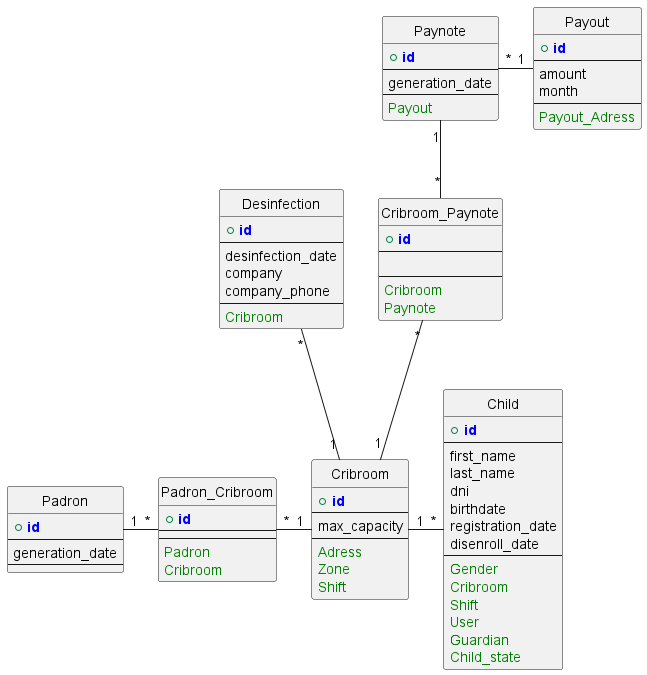
The PlantUML diagram database/diagrams/diagramUpdated.png in santiago6124/SalasCuna, before a commit.
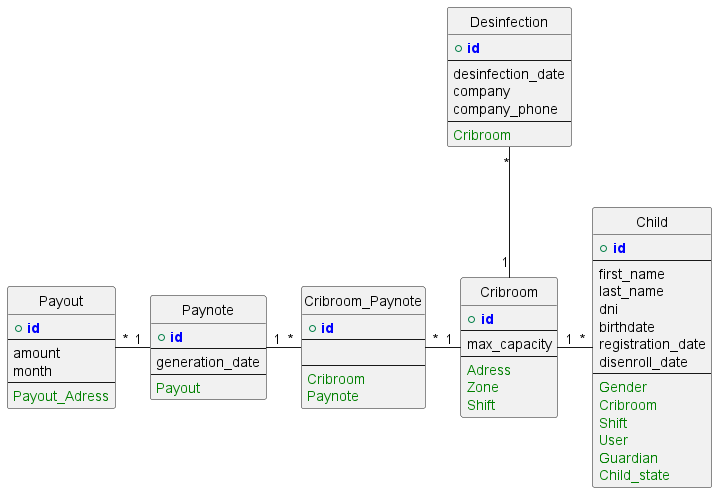
Above is the later version.

Commit message:
Padron removed. It will be replaced by methods.

What changed in the source:
```diff
@@ -8,12 +8,6 @@
 
 
 
-entity Padron {
-    + PRIMARY_KEY(id)
-    --
-    generation_date
-    --
-}
 
 entity Cribroom {
     + PRIMARY_KEY(id)
@@ -25,16 +19,6 @@
     FOREIGN_KEY(Shift)
 }
 
-entity Padron_Cribroom {
-    + PRIMARY_KEY(id)
-    --
-    --
-    FOREIGN_KEY(Padron)
-    FOREIGN_KEY(Cribroom)
-}
-
-Padron_Cribroom "*" - "1" Cribroom
-Padron "1" - "*" Padron_Cribroom
 
 entity Desinfection {
     + PRIMARY_KEY(id)
@@ -73,10 +57,10 @@
     FOREIGN_KEY(Paynote)
 }
 
-Cribroom_Paynote "*" -- "1" Cribroom
-Paynote "1" -- "*" Cribroom_Paynote
+Cribroom_Paynote "*" - "1" Cribroom
+Paynote "1" - "*" Cribroom_Paynote
 
-Paynote "*" - "1" Payout
+Payout "*" - "1" Paynote
 
 entity Child {
     + PRIMARY_KEY(id)
```
